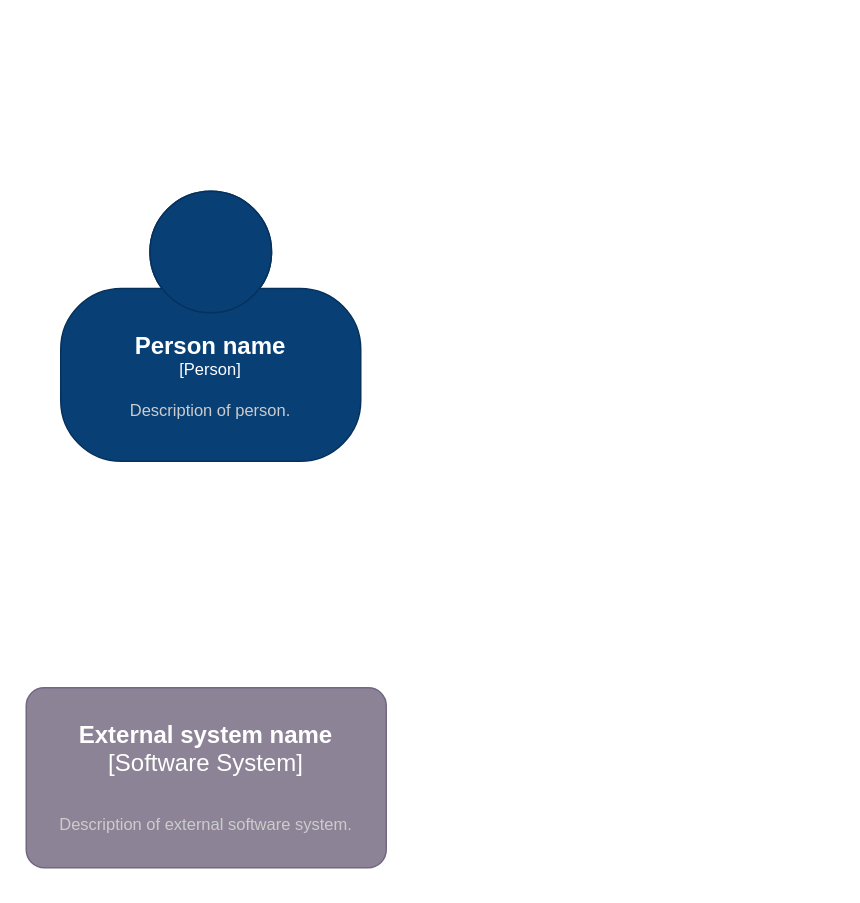
JeanMarieSamakila/twitterbackend keeps this draw.io diagram as twitter2.drawio. Above is the earlier version. Source tidied: cells renumbered, new cells numbered last; positions are measured from the earlier drawing's top-left corner, leaving out a move shared by most shapes. Both pictures are drawn from the tidied source at 150%, with x=0, y=0 at pixel (26, 190).
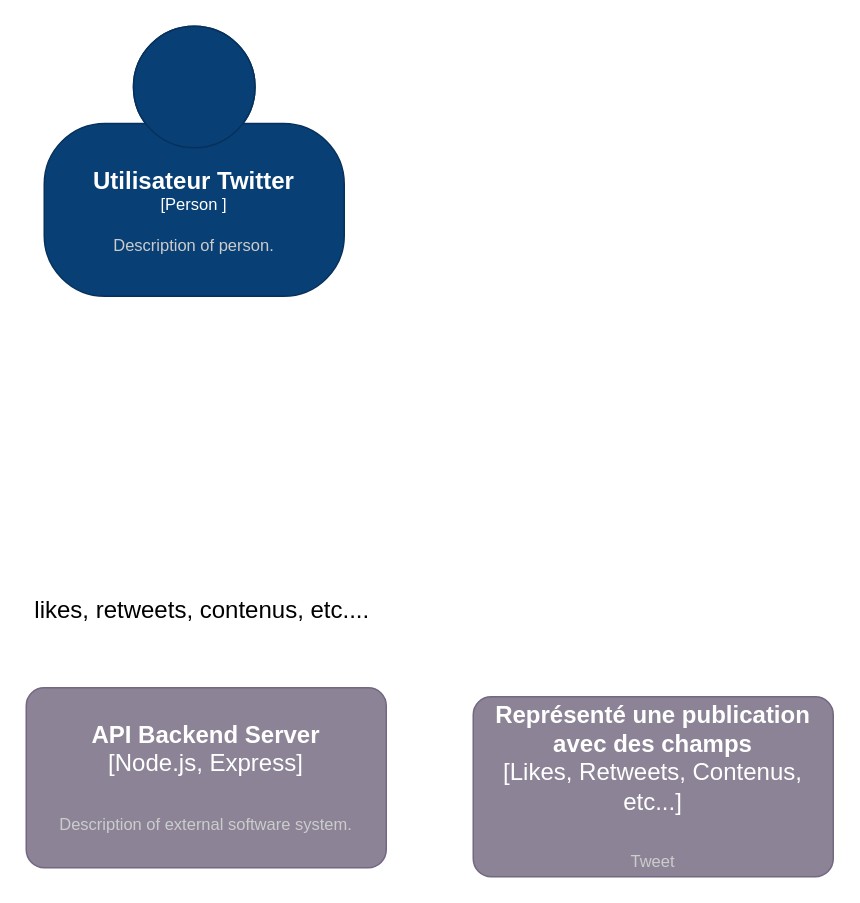
The same page after the edit.

Commit message:
Mettre à jour twitter2.drawio

The edit, as a diff of the source:
```diff
@@
 <mxGraphModel>
   <root>
     <mxCell id="0" />
     <mxCell id="1" parent="0" />
-    <object id="2" label="&lt;font style=&quot;font-size: 16px&quot;&gt;&lt;b&gt;%c4Name%&lt;/b&gt;&lt;/font&gt;&lt;div&gt;[%c4Type%]&lt;/div&gt;&lt;br&gt;&lt;div&gt;&lt;font style=&quot;font-size: 11px&quot;&gt;&lt;font color=&quot;#cccccc&quot;&gt;%c4Description%&lt;/font&gt;&lt;/div&gt;" c4Description="Description of person." c4Name="Person name" c4Type="Person" placeholders="1">
+    <object id="2" label="&lt;font style=&quot;font-size: 16px&quot;&gt;&lt;b&gt;%c4Name%&lt;/b&gt;&lt;/font&gt;&lt;div&gt;[%c4Type%]&lt;/div&gt;&lt;br&gt;&lt;div&gt;&lt;font style=&quot;font-size: 11px&quot;&gt;&lt;font color=&quot;#cccccc&quot;&gt;%c4Description%&lt;/font&gt;&lt;/div&gt;" c4Description="Description of person." c4Name="Utilisateur Twitter" c4Type="Person " placeholders="1">
       <mxCell style="html=1;fontSize=11;dashed=0;whiteSpace=wrap;fillColor=#083F75;strokeColor=#06315C;fontColor=#ffffff;shape=mxgraph.c4.person2;align=center;" parent="1" vertex="1">
-        <mxGeometry x="23" width="200" height="180" as="geometry" />
+        <mxGeometry x="12" y="-110" width="200" height="180" as="geometry" />
       </mxCell>
     </object>
-    <object id="3" label="&lt;font style=&quot;font-size: 16px&quot;&gt;&lt;b&gt;%c4Name%&lt;/b&gt;&lt;/font&gt;&lt;div&gt;[%c4Type%]&lt;/div&gt;&lt;br&gt;&lt;div&gt;&lt;font style=&quot;font-size: 11px&quot;&gt;&lt;font color=&quot;#cccccc&quot;&gt;%c4Description%&lt;/font&gt;&lt;/div&gt;" c4Description="Description of external software system." c4Name="External system name" c4Type="Software System" placeholders="1">
+    <object id="3" label="&lt;font style=&quot;font-size: 16px&quot;&gt;&lt;b&gt;%c4Name%&lt;/b&gt;&lt;/font&gt;&lt;div&gt;[%c4Type%]&lt;/div&gt;&lt;br&gt;&lt;div&gt;&lt;font style=&quot;font-size: 11px&quot;&gt;&lt;font color=&quot;#cccccc&quot;&gt;%c4Description%&lt;/font&gt;&lt;/div&gt;" c4Description="Description of external software system." c4Name="API Backend Server" c4Type="Node.js, Express" placeholders="1">
       <mxCell style="rounded=1;whiteSpace=wrap;html=1;labelBackgroundColor=none;fillColor=#8C8496;fontColor=#ffffff;align=center;arcSize=10;strokeColor=#736782;fontSize=16;" parent="1" vertex="1">
         <mxGeometry y="331" width="240" height="120" as="geometry" />
       </mxCell>
     </object>
+    <object id="4" label="&lt;font style=&quot;font-size: 16px&quot;&gt;&lt;b&gt;%c4Name%&lt;/b&gt;&lt;/font&gt;&lt;div&gt;[%c4Type%]&lt;/div&gt;&lt;br&gt;&lt;div&gt;&lt;font style=&quot;font-size: 11px&quot;&gt;&lt;font color=&quot;#cccccc&quot;&gt;%c4Description%&lt;/font&gt;&lt;/div&gt;" c4Description="Tweet" c4Name="Représenté une publication avec des champs" c4Type="Likes, Retweets, Contenus, etc..." placeholders="1">
+      <mxCell style="rounded=1;whiteSpace=wrap;html=1;labelBackgroundColor=none;fillColor=#8C8496;fontColor=#ffffff;align=center;arcSize=10;strokeColor=#736782;fontSize=16;" parent="1" vertex="1">
+        <mxGeometry x="298" y="337" width="240" height="120" as="geometry" />
+      </mxCell>
+    </object>
+    <mxCell id="5" value="likes, retweets, contenus, etc...." style="text;html=1;strokeColor=none;fillColor=none;align=center;verticalAlign=middle;whiteSpace=wrap;rounded=0;fontSize=16;" parent="1" vertex="1">
+      <mxGeometry y="254" width="235" height="49" as="geometry" />
+    </mxCell>
   </root>
 </mxGraphModel>
```
